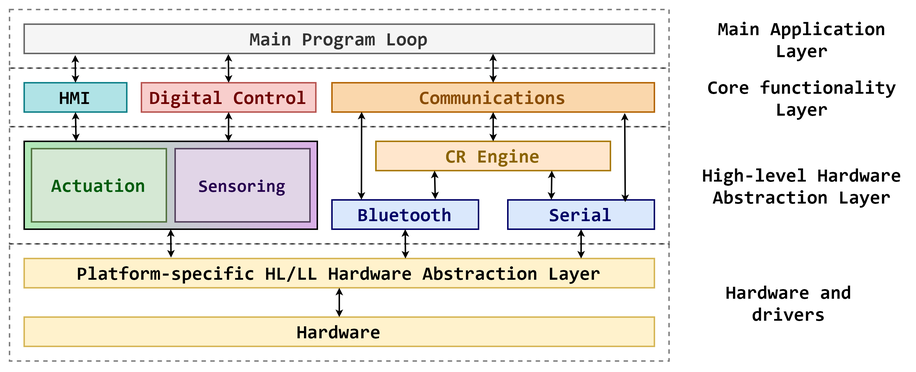
LPI2-DreamTeam/rfcar keeps this draw.io diagram as Proj/Iterations/1/Design/Navigation-Subsystem/Architectural-Overview/software-stack/software_stack_overview.png. Above is the earlier version. Source tidied: cells renumbered, new cells last; positions are measured from the earlier drawing's top-left corner, leaving out a move shared by most shapes.
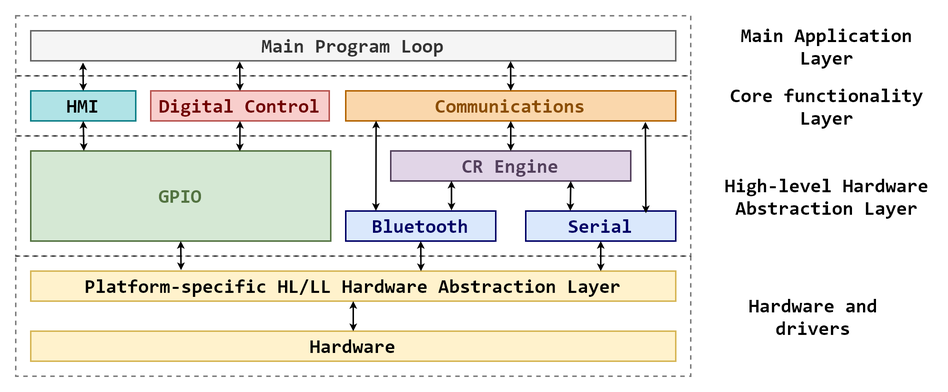
Later version of the same file.

Commit message:
Merged 'Sensor' and 'Actuator' modules into GPIO and finished it

What changed in the source:
```diff
@@ -5,7 +5,7 @@
     <mxCell id="2" style="rounded=0;whiteSpace=wrap;html=1;labelBackgroundColor=none;fontFamily=Consolas;fontSize=13;opacity=50;align=center;dashed=1;fillColor=none;" parent="1" vertex="1">
       <mxGeometry y="80" width="450" height="80" as="geometry" />
     </mxCell>
-    <mxCell id="3" style="rounded=0;whiteSpace=wrap;html=1;labelBackgroundColor=none;strokeColor=#000000;fillColor=#B0E8B6;gradientColor=#DAB0E7;fontFamily=Consolas;fontSize=13;fontColor=#000000;align=center;gradientDirection=east;" parent="1" vertex="1">
+    <mxCell id="3" value="GPIO" style="rounded=0;whiteSpace=wrap;html=1;labelBackgroundColor=none;strokeColor=#537341;fillColor=#d5e8d4;fontFamily=Consolas;fontSize=13;align=center;gradientDirection=east;fontColor=#537341;fontStyle=1;" parent="1" vertex="1">
       <mxGeometry x="10" y="90" width="200" height="60" as="geometry" />
     </mxCell>
     <mxCell id="4" style="rounded=0;whiteSpace=wrap;html=1;labelBackgroundColor=none;fontFamily=Consolas;fontSize=13;opacity=50;align=center;dashed=1;fillColor=none;" parent="1" vertex="1">
@@ -46,22 +46,14 @@
     <mxCell id="15" value="Digital Control" style="rounded=0;whiteSpace=wrap;html=1;fontFamily=Consolas;fontSize=13;align=center;fillColor=#f8cecc;fontStyle=1;spacingRight=0;strokeColor=#b85450;labelPosition=center;verticalLabelPosition=middle;verticalAlign=middle;fontColor=#700000;labelBackgroundColor=none;" parent="1" vertex="1">
       <mxGeometry x="90" y="50" width="119" height="20" as="geometry" />
     </mxCell>
-    <mxCell id="16" value="Sensoring" style="rounded=0;whiteSpace=wrap;html=1;fontFamily=Consolas;fontSize=12;align=center;fillColor=#e1d5e7;fontStyle=1;spacingRight=0;strokeColor=#53405C;labelPosition=center;verticalLabelPosition=middle;verticalAlign=middle;labelBackgroundColor=none;fontColor=#27004F;" parent="1" vertex="1">
-      <mxGeometry x="113" y="95" width="92" height="50" as="geometry" />
-    </mxCell>
-    <mxCell id="17" value="Actuation" style="rounded=0;whiteSpace=wrap;html=1;fontFamily=Consolas;fontSize=13;align=center;fillColor=#d5e8d4;fontStyle=1;spacingRight=0;strokeColor=#537341;labelPosition=center;verticalLabelPosition=middle;verticalAlign=middle;labelBackgroundColor=none;fontColor=#015C0D;gradientColor=none;" parent="1" vertex="1">
-      <mxGeometry x="15" y="95" width="92" height="50" as="geometry" />
-    </mxCell>
-    <mxCell id="18" value="CR Engine" style="rounded=0;whiteSpace=wrap;html=1;fontFamily=Consolas;fontSize=13;align=center;fillColor=#ffe6cc;fontStyle=1;spacingRight=0;strokeColor=#A87900;labelPosition=center;verticalLabelPosition=middle;verticalAlign=middle;fontColor=#8A6300;" parent="1" vertex="1">
+    <mxCell id="18" value="CR Engine" style="rounded=0;whiteSpace=wrap;html=1;fontFamily=Consolas;fontSize=13;align=center;fillColor=#e1d5e7;fontStyle=1;spacingRight=0;strokeColor=#53405C;labelPosition=center;verticalLabelPosition=middle;verticalAlign=middle;fontColor=#53405C;" parent="1" vertex="1">
       <mxGeometry x="250" y="90" width="160" height="20" as="geometry" />
     </mxCell>
     <mxCell id="19" style="endArrow=classic;html=1;fontFamily=Consolas;fontSize=13;fontColor=#000066;startArrow=classic;startFill=1;endSize=2;startSize=2;exitX=0.5;exitY=0;exitDx=0;exitDy=0;entryX=0.5;entryY=1;entryDx=0;entryDy=0;" parent="1" edge="1" source="18" target="10">
       <mxGeometry relative="1" as="geometry" />
     </mxCell>
-    <mxCell id="20" style="endArrow=classic;html=1;fontFamily=Consolas;fontSize=13;fontColor=#000066;startArrow=classic;startFill=1;endSize=2;startSize=2;exitX=0.705;exitY=-0.02;exitDx=0;exitDy=0;exitPerimeter=0;" parent="1" edge="1" source="6">
-      <mxGeometry relative="1" as="geometry">
-        <mxPoint x="290" y="110" as="targetPoint" />
-      </mxGeometry>
+    <mxCell id="20" style="endArrow=classic;html=1;fontFamily=Consolas;fontSize=13;fontColor=#000066;startArrow=classic;startFill=1;endSize=2;startSize=2;exitX=0.705;exitY=-0.02;exitDx=0;exitDy=0;exitPerimeter=0;entryX=0.253;entryY=0.994;entryDx=0;entryDy=0;entryPerimeter=0;" parent="1" edge="1" source="6" target="18">
+      <mxGeometry relative="1" as="geometry" />
     </mxCell>
     <mxCell id="21" style="endArrow=classic;html=1;fontFamily=Consolas;fontSize=13;fontColor=#000066;startArrow=classic;startFill=1;endSize=2;startSize=2;entryX=0.75;entryY=1;entryDx=0;entryDy=0;exitX=0.297;exitY=-0.007;exitDx=0;exitDy=0;exitPerimeter=0;" parent="1" edge="1" source="7" target="18">
       <mxGeometry relative="1" as="geometry" />
```
